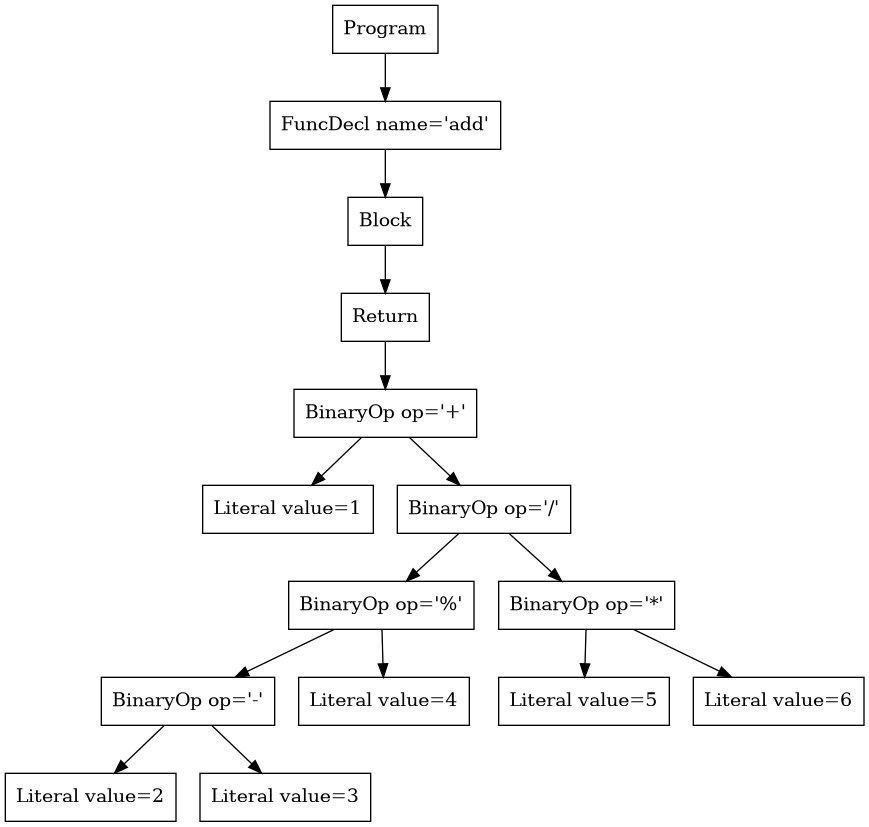
Earlier version of the Graphviz export p2-parser/tree.png (atrim11/CS432). Its source is kept beside it as p2-parser/tree.dot.
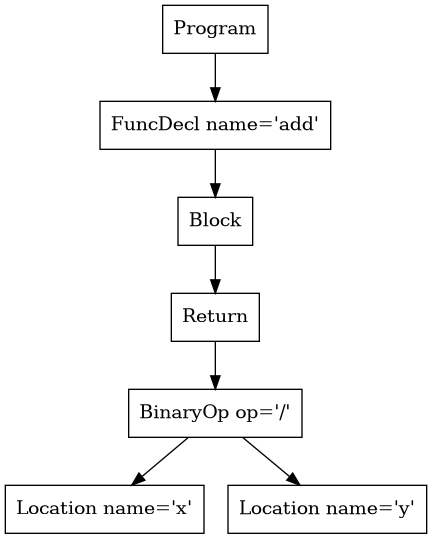
Later version of the same file.

The edit, as a diff of the source:
```diff
@@ -1,23 +1,7 @@
 digraph AST {
-5 [shape=box, label="Literal value=1"];
-9 [shape=box, label="Literal value=2"];
-10 [shape=box, label="Literal value=3"];
-8 [shape=box, label="BinaryOp op='-'"];
-8 -> 9;
-8 -> 10;
-11 [shape=box, label="Literal value=4"];
-7 [shape=box, label="BinaryOp op='%'"];
-7 -> 8;
-7 -> 11;
-13 [shape=box, label="Literal value=5"];
-14 [shape=box, label="Literal value=6"];
-12 [shape=box, label="BinaryOp op='*'"];
-12 -> 13;
-12 -> 14;
-6 [shape=box, label="BinaryOp op='/'"];
-6 -> 7;
-6 -> 12;
-4 [shape=box, label="BinaryOp op='+'"];
+5 [shape=box, label="Location name='x'"];
+6 [shape=box, label="Location name='y'"];
+4 [shape=box, label="BinaryOp op='/'"];
 4 -> 5;
 4 -> 6;
 3 [shape=box, label="Return"];
```
